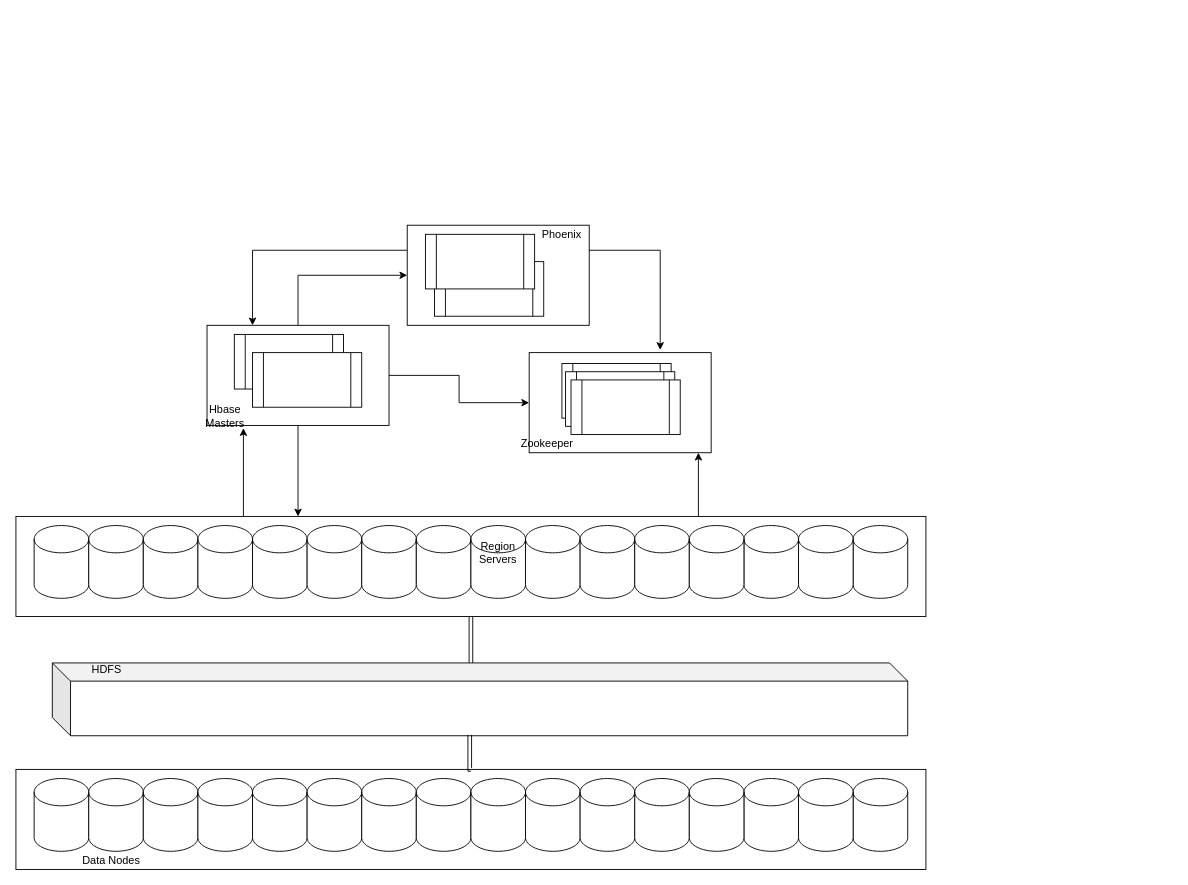
mahalingamagesthian/drawio keeps this draw.io diagram as Hbase Internal Storage.drawio. Above is the earlier version. Source tidied: cells renumbered, new cells numbered last; positions are measured from the earlier drawing's top-left corner, leaving out a move shared by most shapes. Both pictures are drawn from the tidied source at 91%, with x=0, y=0 at pixel (15, 225).
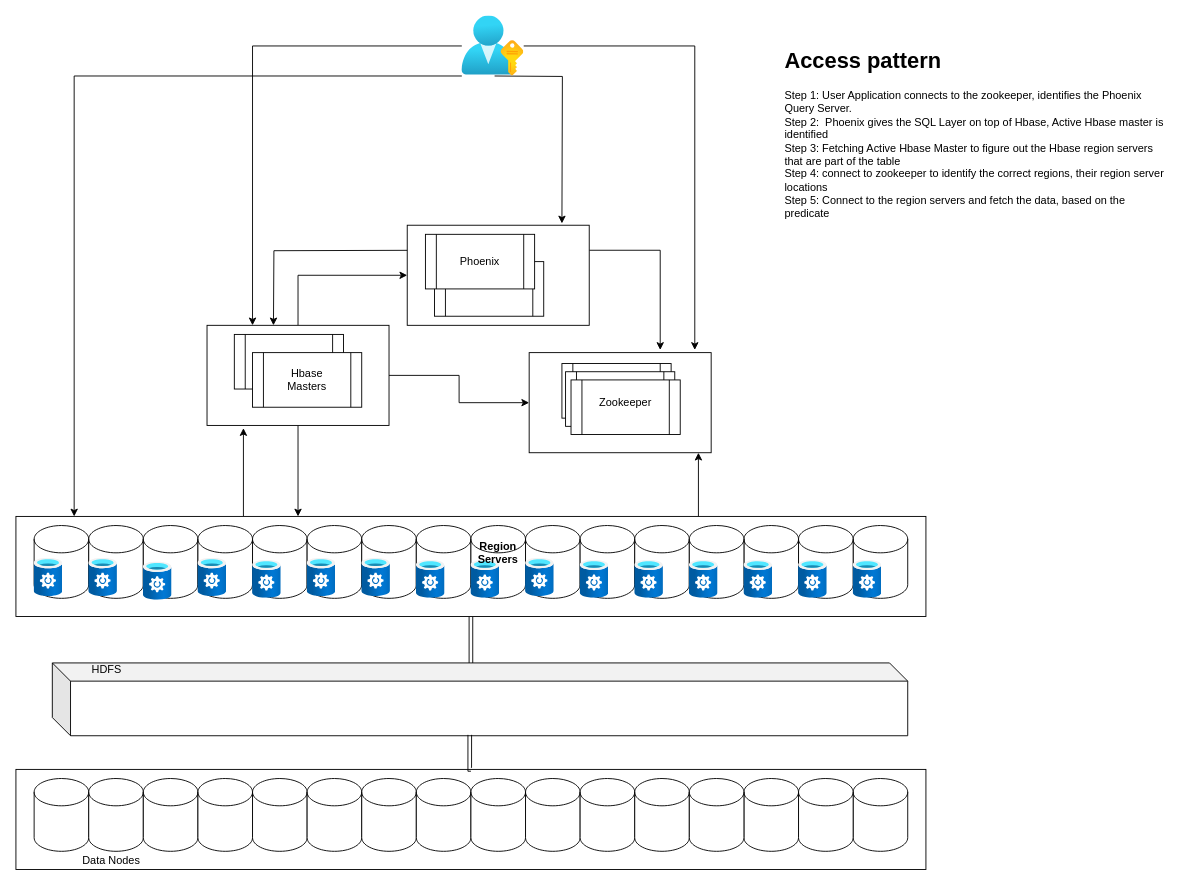
After the change.

The change refers to these unchanged cells:
```xml
<mxCell id="2" style="rounded=0;whiteSpace=wrap;html=1;" parent="1" vertex="1">
  <mxGeometry x="564" y="140" width="200" height="110" as="geometry" />
</mxCell>
<mxCell id="5" style="rounded=0;whiteSpace=wrap;html=1;" parent="1" vertex="1">
  <mxGeometry x="430" width="200" height="110" as="geometry" />
</mxCell>
<mxCell id="9" style="rounded=0;whiteSpace=wrap;html=1;" parent="1" vertex="1">
  <mxGeometry x="210" y="110" width="200" height="110" as="geometry" />
</mxCell>
<mxCell id="21" style="group;" parent="1" vertex="1">
  <mxGeometry y="320" width="1000" height="110" as="geometry" />
</mxCell>
<mxCell id="22" style="rounded=0;whiteSpace=wrap;html=1;" parent="21" vertex="1">
  <mxGeometry width="1000" height="110" as="geometry" />
</mxCell>
```

What changed in the source:
```diff
@@
-    <mxCell id="4" style="edgeStyle=orthogonalEdgeStyle;rounded=0;jettySize=auto;html=1;exitX=0;exitY=0.25;exitDx=0;exitDy=0;entryX=0.25;entryY=0;entryDx=0;entryDy=0;" parent="1" edge="1" source="5" target="9">
-      <mxGeometry relative="1" as="geometry" />
+    <mxCell id="4" style="edgeStyle=orthogonalEdgeStyle;rounded=0;orthogonalLoop=1;jettySize=auto;html=1;exitX=0;exitY=0.25;exitDx=0;exitDy=0;entryX=0.25;entryY=0;entryDx=0;entryDy=0;" parent="1" edge="1">
+      <mxGeometry relative="1" as="geometry">
+        <mxPoint x="453" y="27.5" as="sourcePoint" />
+        <mxPoint x="283" y="110" as="targetPoint" />
+      </mxGeometry>
     </mxCell>
@@
+    <mxCell id="64" style="html=1;align=center;image;fontSize=12;image=img/lib/azure2/storage/StorSimple_Data_Managers.svg;" parent="21" vertex="1">
+      <mxGeometry x="920" y="48" width="31.5" height="42" as="geometry" />
+    </mxCell>
+    <mxCell id="65" style="html=1;align=center;image;fontSize=12;image=img/lib/azure2/storage/StorSimple_Data_Managers.svg;" parent="21" vertex="1">
+      <mxGeometry x="860" y="48" width="31.5" height="42" as="geometry" />
+    </mxCell>
+    <mxCell id="66" style="html=1;align=center;image;fontSize=12;image=img/lib/azure2/storage/StorSimple_Data_Managers.svg;" parent="21" vertex="1">
+      <mxGeometry x="800" y="48" width="31.5" height="42" as="geometry" />
+    </mxCell>
+    <mxCell id="67" style="html=1;align=center;image;fontSize=12;image=img/lib/azure2/storage/StorSimple_Data_Managers.svg;" parent="21" vertex="1">
+      <mxGeometry x="740" y="48" width="31.5" height="42" as="geometry" />
+    </mxCell>
+    <mxCell id="68" style="html=1;align=center;image;fontSize=12;image=img/lib/azure2/storage/StorSimple_Data_Managers.svg;" parent="21" vertex="1">
+      <mxGeometry x="680" y="48" width="31.5" height="42" as="geometry" />
+    </mxCell>
+    <mxCell id="69" style="html=1;align=center;image;fontSize=12;image=img/lib/azure2/storage/StorSimple_Data_Managers.svg;" parent="21" vertex="1">
+      <mxGeometry x="620" y="48" width="31.5" height="42" as="geometry" />
+    </mxCell>
+    <mxCell id="70" style="html=1;align=center;image;fontSize=12;image=img/lib/azure2/storage/StorSimple_Data_Managers.svg;" parent="21" vertex="1">
+      <mxGeometry x="560" y="46" width="31.5" height="42" as="geometry" />
+    </mxCell>
+    <mxCell id="71" style="html=1;align=center;image;fontSize=12;image=img/lib/azure2/storage/StorSimple_Data_Managers.svg;" parent="21" vertex="1">
+      <mxGeometry x="500" y="48" width="31.5" height="42" as="geometry" />
+    </mxCell>
+    <mxCell id="72" style="html=1;align=center;image;fontSize=12;image=img/lib/azure2/storage/StorSimple_Data_Managers.svg;" parent="21" vertex="1">
+      <mxGeometry x="440" y="48" width="31.5" height="42" as="geometry" />
+    </mxCell>
+    <mxCell id="73" style="html=1;align=center;image;fontSize=12;image=img/lib/azure2/storage/StorSimple_Data_Managers.svg;" parent="21" vertex="1">
+      <mxGeometry x="380" y="46" width="31.5" height="42" as="geometry" />
+    </mxCell>
+    <mxCell id="74" style="html=1;align=center;image;fontSize=12;image=img/lib/azure2/storage/StorSimple_Data_Managers.svg;" parent="21" vertex="1">
+      <mxGeometry x="20" y="46" width="31.5" height="42" as="geometry" />
+    </mxCell>
+    <mxCell id="75" style="html=1;align=center;image;fontSize=12;image=img/lib/azure2/storage/StorSimple_Data_Managers.svg;" parent="21" vertex="1">
+      <mxGeometry x="80" y="46" width="31.5" height="42" as="geometry" />
+    </mxCell>
+    <mxCell id="76" style="html=1;align=center;image;fontSize=12;image=img/lib/azure2/storage/StorSimple_Data_Managers.svg;" parent="21" vertex="1">
+      <mxGeometry x="140" y="50" width="31.5" height="42" as="geometry" />
+    </mxCell>
+    <mxCell id="77" style="html=1;align=center;image;fontSize=12;image=img/lib/azure2/storage/StorSimple_Data_Managers.svg;" parent="21" vertex="1">
+      <mxGeometry x="200" y="46" width="31.5" height="42" as="geometry" />
+    </mxCell>
+    <mxCell id="78" style="html=1;align=center;image;fontSize=12;image=img/lib/azure2/storage/StorSimple_Data_Managers.svg;" parent="21" vertex="1">
+      <mxGeometry x="260" y="48" width="31.5" height="42" as="geometry" />
+    </mxCell>
+    <mxCell id="79" style="html=1;align=center;image;fontSize=12;image=img/lib/azure2/storage/StorSimple_Data_Managers.svg;" parent="21" vertex="1">
+      <mxGeometry x="320" y="46" width="31.5" height="42" as="geometry" />
+    </mxCell>
@@
-    <mxCell id="58" value="Region Servers" style="text;html=1;strokeColor=none;fillColor=none;align=center;verticalAlign=middle;whiteSpace=wrap;rounded=0;" parent="1" vertex="1">
+    <mxCell id="58" value="&lt;b&gt;Region Servers&lt;/b&gt;" style="text;html=1;strokeColor=none;fillColor=none;align=center;verticalAlign=middle;whiteSpace=wrap;rounded=0;" parent="1" vertex="1">
       <mxGeometry x="510" y="350" width="40" height="20" as="geometry" />
     </mxCell>
@@
     <mxCell id="61" value="Hbase Masters" style="text;html=1;strokeColor=none;fillColor=none;align=center;verticalAlign=middle;whiteSpace=wrap;rounded=0;" parent="1" vertex="1">
-      <mxGeometry x="210" y="200" width="40" height="20" as="geometry" />
+      <mxGeometry x="300" y="160" width="40" height="20" as="geometry" />
     </mxCell>
     <mxCell id="62" value="Phoenix" style="text;html=1;strokeColor=none;fillColor=none;align=center;verticalAlign=middle;whiteSpace=wrap;rounded=0;" parent="1" vertex="1">
-      <mxGeometry x="580" width="40" height="20" as="geometry" />
+      <mxGeometry x="490" y="30" width="40" height="20" as="geometry" />
     </mxCell>
     <mxCell id="63" value="Zookeeper" style="text;html=1;strokeColor=none;fillColor=none;align=center;verticalAlign=middle;whiteSpace=wrap;rounded=0;" parent="1" vertex="1">
-      <mxGeometry x="564" y="230" width="40" height="20" as="geometry" />
+      <mxGeometry x="650" y="185" width="40" height="20" as="geometry" />
     </mxCell>
+    <mxCell id="80" style="edgeStyle=orthogonalEdgeStyle;rounded=0;jettySize=auto;html=1;entryX=0.91;entryY=-0.027;entryDx=0;entryDy=0;entryPerimeter=0;" parent="1" edge="1" source="84" target="2">
+      <mxGeometry relative="1" as="geometry" />
+    </mxCell>
+    <mxCell id="81" style="edgeStyle=orthogonalEdgeStyle;rounded=0;orthogonalLoop=1;jettySize=auto;html=1;entryX=0.87;entryY=-0.018;entryDx=0;entryDy=0;entryPerimeter=0;" parent="1" edge="1">
+      <mxGeometry relative="1" as="geometry">
+        <mxPoint x="526" y="-164" as="sourcePoint" />
+        <mxPoint x="600" y="-2" as="targetPoint" />
+      </mxGeometry>
+    </mxCell>
+    <mxCell id="82" style="edgeStyle=orthogonalEdgeStyle;rounded=0;jettySize=auto;html=1;entryX=0.25;entryY=0;entryDx=0;entryDy=0;" parent="1" edge="1" source="84" target="9">
+      <mxGeometry relative="1" as="geometry" />
+    </mxCell>
+    <mxCell id="83" style="edgeStyle=orthogonalEdgeStyle;rounded=0;jettySize=auto;html=1;entryX=0.064;entryY=0;entryDx=0;entryDy=0;entryPerimeter=0;" parent="1" edge="1" source="84" target="22">
+      <mxGeometry relative="1" as="geometry">
+        <Array as="points">
+          <mxPoint x="64" y="-164" />
+        </Array>
+      </mxGeometry>
+    </mxCell>
+    <mxCell id="84" style="html=1;points=[];align=center;image;fontSize=12;image=img/lib/azure2/azure_stack/User_Subscriptions.svg;" parent="1" vertex="1">
+      <mxGeometry x="490" y="-230" width="68" height="66" as="geometry" />
+    </mxCell>
+    <mxCell id="85" value="&lt;h1&gt;Access pattern&lt;/h1&gt;&lt;div&gt;Step 1: User Application connects to the zookeeper, identifies the Phoenix Query Server.&lt;/div&gt;&lt;div&gt;Step 2:&amp;nbsp; Phoenix gives the SQL Layer on top of Hbase, Active Hbase master is identified&lt;/div&gt;&lt;div&gt;Step 3: Fetching Active Hbase Master to figure out the Hbase region servers that are part of the table&lt;/div&gt;&lt;div&gt;Step 4: connect to zookeeper to identify the correct regions, their region server locations&lt;/div&gt;&lt;div&gt;Step 5: Connect to the region servers and fetch the data, based on the predicate&lt;/div&gt;" style="text;html=1;strokeColor=none;fillColor=none;spacing=5;spacingTop=-20;whiteSpace=wrap;overflow=hidden;rounded=0;" parent="1" vertex="1">
+      <mxGeometry x="840" y="-200" width="430" height="490" as="geometry" />
+    </mxCell>
```
